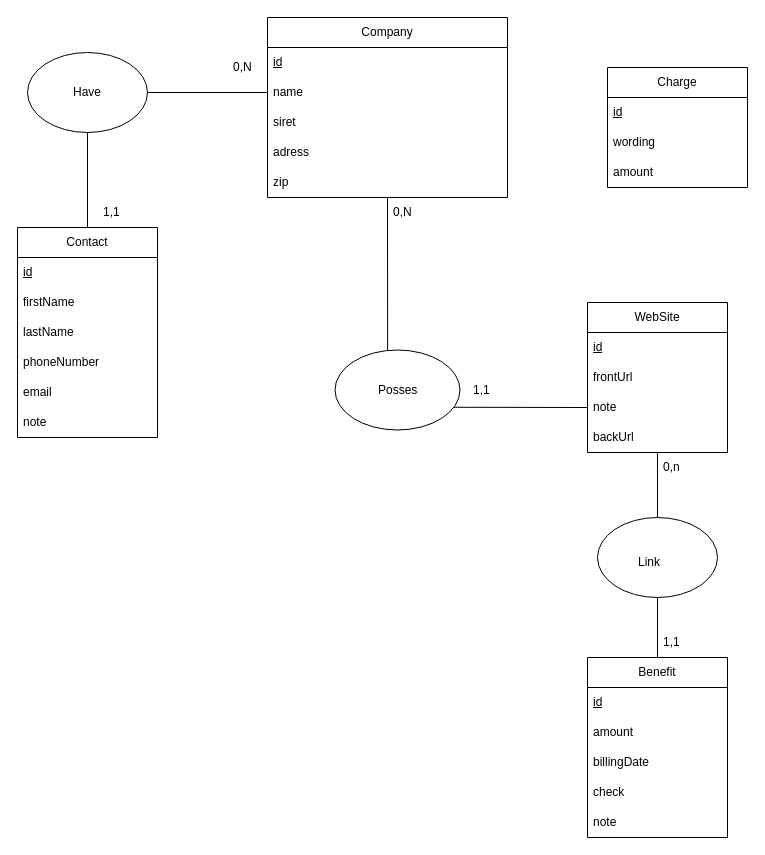
Before: Diagramme sans nom.drawio in Yvan-Quilliard/DataBaseCreator, a draw.io diagram. Source tidied: cells renumbered, new cells numbered last; positions are measured from the earlier drawing's top-left corner, leaving out a move shared by most shapes. Both pictures are drawn from the tidied source at 100%, with x=0, y=0 at pixel (17, 17).
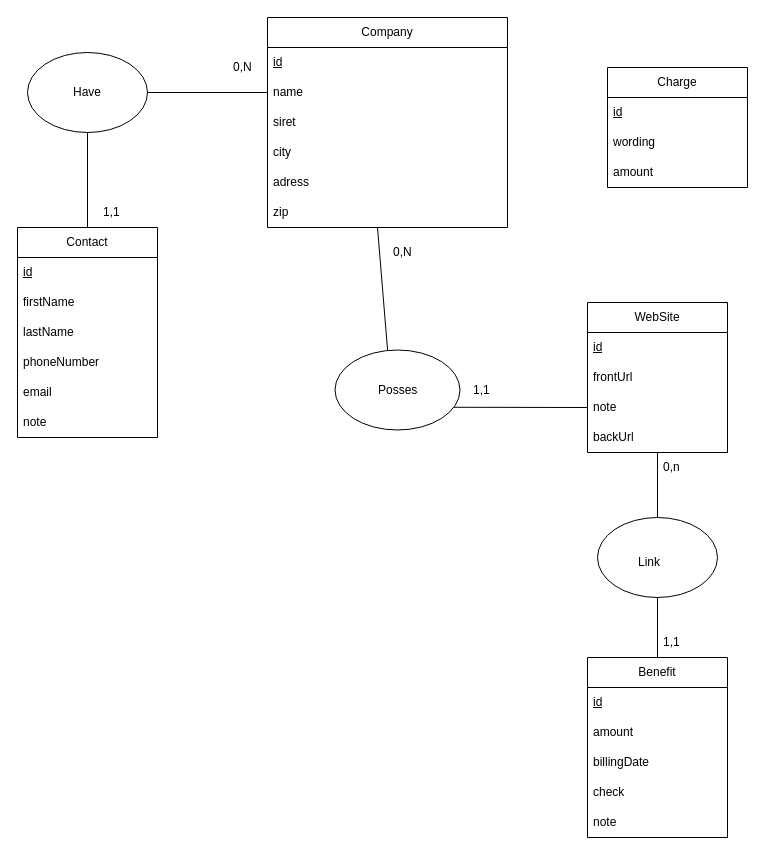
Above is the later version.

Commit message:
Mettre à jour Diagramme sans nom.drawio

The change refers to these unchanged cells:
```xml
<mxCell id="8" style="ellipse;whiteSpace=wrap;html=1;fontStyle=0;startSize=30;rotation=-90;" parent="1" vertex="1">
  <mxGeometry x="340" y="310" width="80" height="125" as="geometry" />
</mxCell>
```

Diff of the diagram source:
```diff
@@
     <mxCell id="2" value="Company" style="swimlane;fontStyle=0;horizontal=1;startSize=30;whiteSpace=wrap;html=1;" parent="1" vertex="1">
-      <mxGeometry x="250" width="240" height="180" as="geometry" />
+      <mxGeometry x="250" width="240" height="210" as="geometry" />
     </mxCell>
@@
+    <mxCell id="48" value="city" style="text;strokeColor=none;fillColor=none;align=left;verticalAlign=middle;spacingLeft=4;spacingRight=4;overflow=hidden;whiteSpace=wrap;html=1;" parent="2" vertex="1">
+      <mxGeometry y="120" width="240" height="30" as="geometry" />
+    </mxCell>
     <mxCell id="6" value="adress" style="text;strokeColor=none;fillColor=none;align=left;verticalAlign=middle;spacingLeft=4;spacingRight=4;overflow=hidden;whiteSpace=wrap;html=1;" parent="2" vertex="1">
-      <mxGeometry y="120" width="240" height="30" as="geometry" />
+      <mxGeometry y="150" width="240" height="30" as="geometry" />
     </mxCell>
     <mxCell id="7" value="zip" style="text;strokeColor=none;fillColor=none;align=left;verticalAlign=middle;spacingLeft=4;spacingRight=4;overflow=hidden;whiteSpace=wrap;html=1;" parent="2" vertex="1">
-      <mxGeometry y="150" width="240" height="30" as="geometry" />
+      <mxGeometry y="180" width="240" height="30" as="geometry" />
     </mxCell>
@@
     <mxCell id="14" style="endArrow=none;html=1;rounded=0;exitX=0.99;exitY=0.421;exitDx=0;exitDy=0;exitPerimeter=0;" parent="1" edge="1" source="8">
       <mxGeometry relative="1" as="geometry">
-        <mxPoint x="370" y="180" as="targetPoint" />
+        <mxPoint x="360" y="210" as="targetPoint" />
       </mxGeometry>
     </mxCell>
@@
     <mxCell id="17" value="0,N" style="text;strokeColor=none;fillColor=none;align=left;verticalAlign=middle;spacingLeft=4;spacingRight=4;overflow=hidden;whiteSpace=wrap;html=1;" parent="1" vertex="1">
-      <mxGeometry x="370" y="180" width="80" height="30" as="geometry" />
+      <mxGeometry x="370" y="220" width="80" height="30" as="geometry" />
     </mxCell>
```
